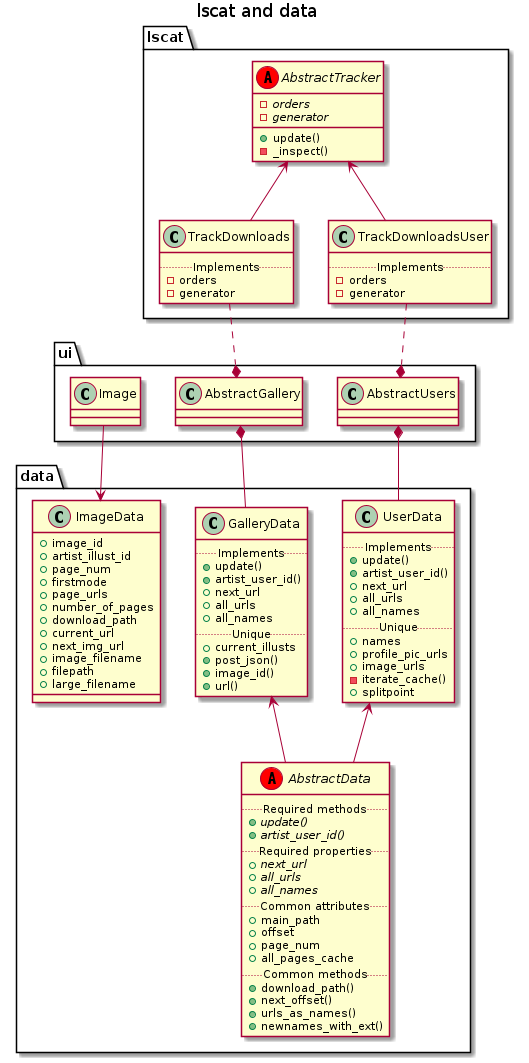
Above: puml/classes/render/lscat_and_data.png in akazukin5151/koneko (PlantUML), before the change.
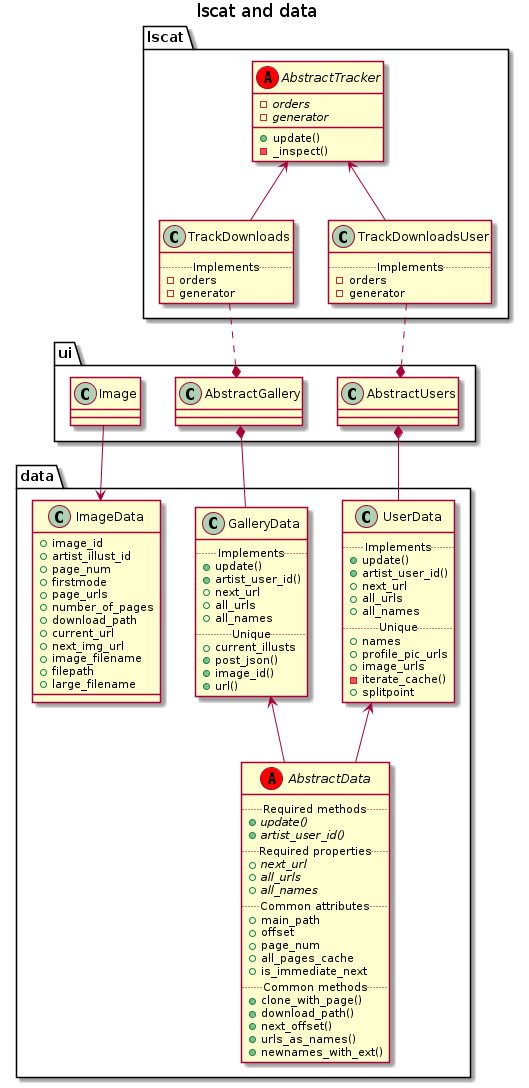
The same diagram one commit later.

Commit message:
Add clone_with_page and is_immediate_next to puml

Diff of the diagram source:
```diff
@@ -39,7 +39,9 @@
     +offset
     +page_num
     +all_pages_cache
+    +is_immediate_next
     ..Common methods..
+    +clone_with_page()
     +download_path()
     +next_offset()
     +urls_as_names()
```
